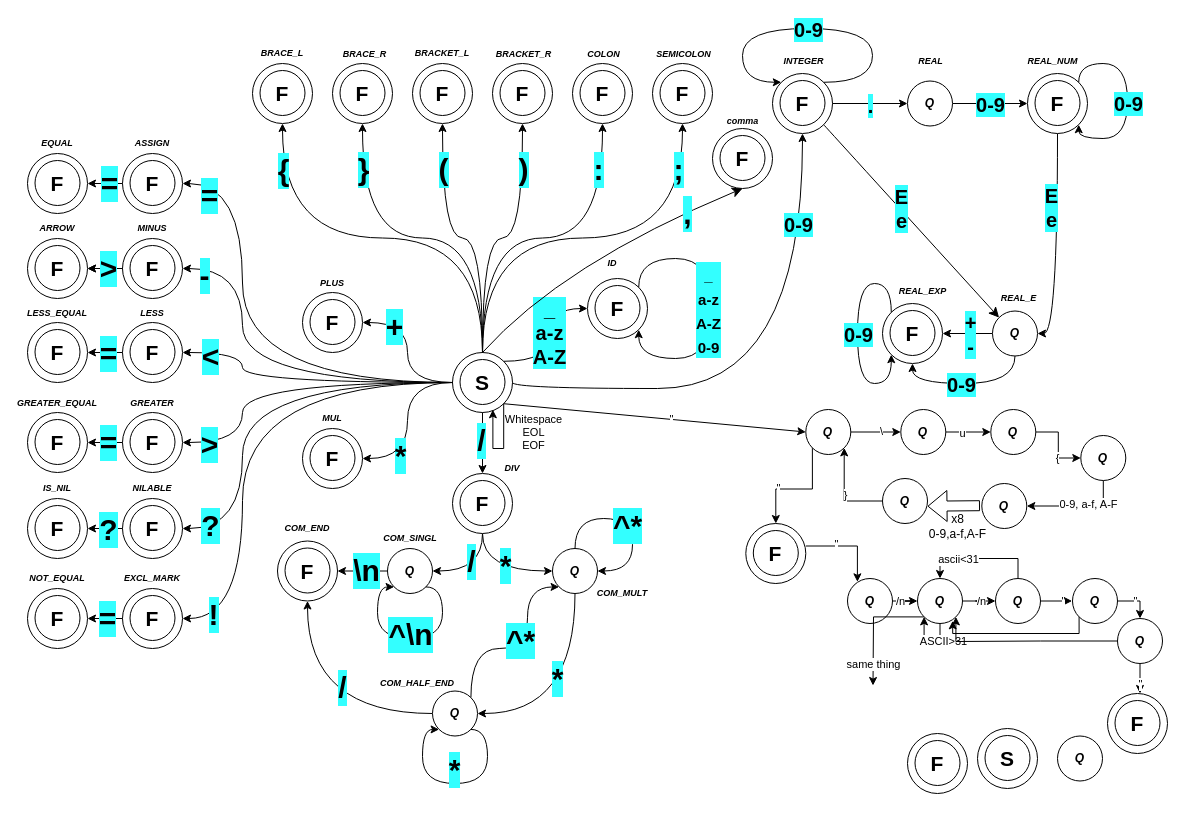
Earlier version of the draw.io diagram lexer.drawio (xshche05/IFJ-2023-project-compiler). Source tidied: cells renumbered, new cells numbered last; positions are measured from the earlier drawing's top-left corner, leaving out a move shared by most shapes. Both pictures are drawn from the tidied source at 100%, with x=0, y=0 at pixel (27, 28).
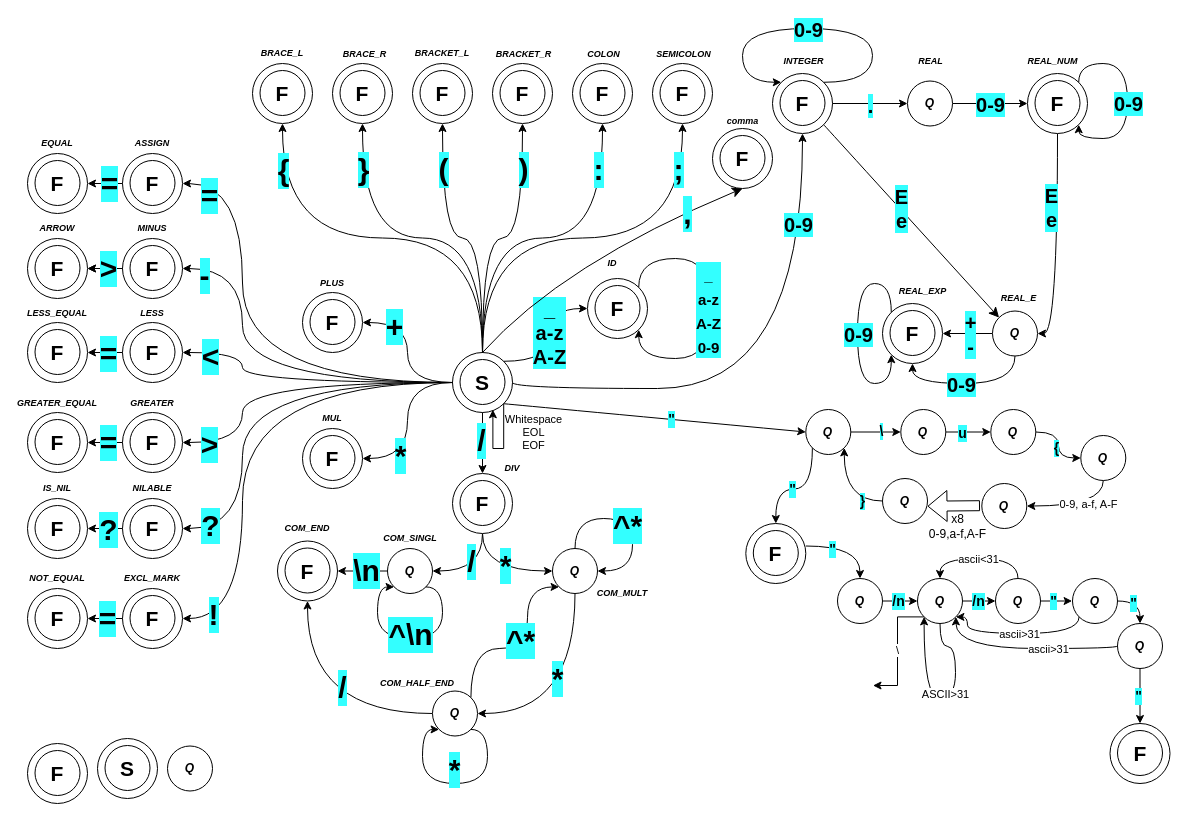
The same diagram, later.

Unchanged cells that the change refers to:
```xml
<mxCell id="3" style="ellipse;whiteSpace=wrap;html=1;" parent="2" vertex="1">
  <mxGeometry width="60" height="60" as="geometry" />
</mxCell>
<mxCell id="249" style="edgeStyle=orthogonalEdgeStyle;rounded=0;jettySize=auto;html=1;exitX=1;exitY=0.5;exitDx=0;exitDy=0;entryX=0;entryY=0.5;entryDx=0;entryDy=0;" parent="1" edge="1" source="253" target="256">
  <mxGeometry relative="1" as="geometry" />
</mxCell>
<mxCell id="253" value="&lt;b&gt;&lt;i&gt;Q&lt;/i&gt;&lt;/b&gt;" style="ellipse;whiteSpace=wrap;html=1;" parent="1" vertex="1">
  <mxGeometry x="778.3" y="381" width="45" height="45" as="geometry" />
</mxCell>
<mxCell id="254" style="edgeStyle=orthogonalEdgeStyle;rounded=0;jettySize=auto;html=1;exitX=1;exitY=0.5;exitDx=0;exitDy=0;entryX=0;entryY=0.5;entryDx=0;entryDy=0;" parent="1" edge="1" source="256" target="259">
  <mxGeometry relative="1" as="geometry" />
</mxCell>
<mxCell id="259" value="&lt;b&gt;&lt;i&gt;Q&lt;/i&gt;&lt;/b&gt;" style="ellipse;whiteSpace=wrap;html=1;" parent="1" vertex="1">
  <mxGeometry x="963.3" y="381" width="45" height="45" as="geometry" />
</mxCell>
<mxCell id="262" value="&lt;b&gt;&lt;i&gt;Q&lt;/i&gt;&lt;/b&gt;" style="ellipse;whiteSpace=wrap;html=1;" parent="1" vertex="1">
  <mxGeometry x="1053.3" y="407" width="45" height="45" as="geometry" />
</mxCell>
<mxCell id="263" value="&lt;b&gt;&lt;i&gt;Q&lt;/i&gt;&lt;/b&gt;" style="ellipse;whiteSpace=wrap;html=1;" parent="1" vertex="1">
  <mxGeometry x="954.3" y="455" width="45" height="45" as="geometry" />
</mxCell>
<mxCell id="264" style="group;" parent="1" vertex="1">
  <mxGeometry x="718.3" y="495" width="60" height="60" as="geometry" />
</mxCell>
<mxCell id="267" value="&lt;span style=&quot;font-size: 21px;&quot;&gt;&lt;b&gt;F&lt;/b&gt;&lt;/span&gt;" style="text;html=1;strokeColor=none;fillColor=none;align=center;verticalAlign=middle;whiteSpace=wrap;rounded=0;" parent="264" vertex="1">
  <mxGeometry y="15" width="60" height="30" as="geometry" />
</mxCell>
<mxCell id="268" style="edgeStyle=orthogonalEdgeStyle;rounded=0;jettySize=auto;html=1;exitX=1;exitY=0.5;exitDx=0;exitDy=0;" parent="1" edge="1" source="270" target="275">
  <mxGeometry relative="1" as="geometry" />
</mxCell>
<mxCell id="271" style="edgeStyle=orthogonalEdgeStyle;rounded=0;jettySize=auto;html=1;exitX=1;exitY=0.5;exitDx=0;exitDy=0;" parent="1" edge="1" source="275" target="291">
  <mxGeometry relative="1" as="geometry" />
</mxCell>
<mxCell id="275" value="&lt;b&gt;&lt;i&gt;Q&lt;/i&gt;&lt;/b&gt;" style="ellipse;whiteSpace=wrap;html=1;" parent="1" vertex="1">
  <mxGeometry x="890" y="550" width="45" height="45" as="geometry" />
</mxCell>
<mxCell id="282" value="&lt;b&gt;&lt;i&gt;Q&lt;/i&gt;&lt;/b&gt;" style="ellipse;whiteSpace=wrap;html=1;" parent="1" vertex="1">
  <mxGeometry x="855" y="450" width="45" height="45" as="geometry" />
</mxCell>
<mxCell id="289" style="edgeStyle=orthogonalEdgeStyle;rounded=0;jettySize=auto;html=1;exitX=1;exitY=0.5;exitDx=0;exitDy=0;entryX=-0.009;entryY=0.52;entryDx=0;entryDy=0;entryPerimeter=0;" parent="1" edge="1" source="291" target="295">
  <mxGeometry relative="1" as="geometry" />
</mxCell>
<mxCell id="291" value="&lt;b&gt;&lt;i&gt;Q&lt;/i&gt;&lt;/b&gt;" style="ellipse;whiteSpace=wrap;html=1;" parent="1" vertex="1">
  <mxGeometry x="968" y="550" width="45" height="45" as="geometry" />
</mxCell>
<mxCell id="295" value="&lt;b&gt;&lt;i&gt;Q&lt;/i&gt;&lt;/b&gt;" style="ellipse;whiteSpace=wrap;html=1;" parent="1" vertex="1">
  <mxGeometry x="1045" y="550" width="45" height="45" as="geometry" />
</mxCell>
<mxCell id="301" style="ellipse;whiteSpace=wrap;html=1;" parent="300" vertex="1">
  <mxGeometry width="60" height="60" as="geometry" />
</mxCell>
```

Change to the diagram source:
```diff
@@
     <mxCell id="15" style="group;" parent="1" vertex="1">
-      <mxGeometry x="950" y="700" width="60" height="60" as="geometry" />
+      <mxGeometry x="70" y="710" width="60" height="60" as="geometry" />
     </mxCell>
@@
     <mxCell id="216" value="&lt;b&gt;&lt;i&gt;Q&lt;/i&gt;&lt;/b&gt;" style="ellipse;whiteSpace=wrap;html=1;" parent="1" vertex="1">
-      <mxGeometry x="1030" y="707.5" width="45" height="45" as="geometry" />
+      <mxGeometry x="140" y="717.5" width="45" height="45" as="geometry" />
     </mxCell>
@@
     <mxCell id="242" style="group;" parent="1" vertex="1">
-      <mxGeometry x="880" y="705" width="60" height="60" as="geometry" />
+      <mxGeometry y="715" width="60" height="60" as="geometry" />
     </mxCell>
@@
-    <mxCell id="250" value="\" style="edgeLabel;html=1;align=center;verticalAlign=middle;" parent="249" vertex="1">
+    <mxCell id="250" value="\" style="edgeLabel;html=1;align=center;verticalAlign=middle;fontStyle=1;labelBackgroundColor=#33FFFF;fontSize=14;" parent="249" vertex="1">
       <mxGeometry x="0.21" y="1" relative="1" as="geometry" />
     </mxCell>
-    <mxCell id="251" style="edgeStyle=orthogonalEdgeStyle;rounded=0;jettySize=auto;html=1;exitX=0;exitY=1;exitDx=0;exitDy=0;entryX=0.5;entryY=0;entryDx=0;entryDy=0;" parent="1" edge="1" source="253" target="264">
+    <mxCell id="251" style="edgeStyle=orthogonalEdgeStyle;jettySize=auto;html=1;exitX=0;exitY=1;exitDx=0;exitDy=0;entryX=0.5;entryY=0;entryDx=0;entryDy=0;curved=1;" parent="1" edge="1" source="253" target="264">
       <mxGeometry relative="1" as="geometry" />
     </mxCell>
-    <mxCell id="252" value="&quot;" style="edgeLabel;html=1;align=center;verticalAlign=middle;" parent="251" vertex="1">
-      <mxGeometry x="0.34" y="-1" relative="1" as="geometry" />
+    <mxCell id="252" value="&quot;" style="edgeLabel;html=1;align=center;verticalAlign=middle;fontStyle=1;labelBackgroundColor=#33FFFF;fontSize=14;" parent="251" vertex="1">
+      <mxGeometry x="0.34" y="-1" relative="1" as="geometry">
+        <mxPoint x="14" y="1" as="offset" />
+      </mxGeometry>
     </mxCell>
@@
-    <mxCell id="255" value="u" style="edgeLabel;html=1;align=center;verticalAlign=middle;" parent="254" vertex="1">
+    <mxCell id="255" value="u" style="edgeLabel;html=1;align=center;verticalAlign=middle;fontStyle=1;labelBackgroundColor=#33FFFF;fontSize=14;" parent="254" vertex="1">
       <mxGeometry x="-0.28" y="-1" relative="1" as="geometry" />
     </mxCell>
@@
-    <mxCell id="257" style="edgeStyle=orthogonalEdgeStyle;rounded=0;jettySize=auto;html=1;exitX=1;exitY=0.5;exitDx=0;exitDy=0;" parent="1" edge="1" source="259" target="262">
+    <mxCell id="257" style="edgeStyle=orthogonalEdgeStyle;jettySize=auto;html=1;exitX=1;exitY=0.5;exitDx=0;exitDy=0;curved=1;" parent="1" edge="1" source="259" target="262">
       <mxGeometry relative="1" as="geometry" />
     </mxCell>
-    <mxCell id="258" value="{" style="edgeLabel;html=1;align=center;verticalAlign=middle;" parent="257" vertex="1">
-      <mxGeometry x="0.36" y="-1" relative="1" as="geometry" />
+    <mxCell id="258" value="{" style="edgeLabel;html=1;align=center;verticalAlign=middle;fontStyle=1;labelBackgroundColor=#33FFFF;fontSize=14;" parent="257" vertex="1">
+      <mxGeometry x="0.36" y="-1" relative="1" as="geometry">
+        <mxPoint x="-1" y="-10" as="offset" />
+      </mxGeometry>
     </mxCell>
@@
-    <mxCell id="260" style="edgeStyle=orthogonalEdgeStyle;rounded=0;jettySize=auto;html=1;exitX=0.5;exitY=1;exitDx=0;exitDy=0;entryX=1;entryY=0.5;entryDx=0;entryDy=0;" parent="1" edge="1" source="262" target="263">
+    <mxCell id="260" style="edgeStyle=orthogonalEdgeStyle;jettySize=auto;html=1;exitX=0.5;exitY=1;exitDx=0;exitDy=0;entryX=1;entryY=0.5;entryDx=0;entryDy=0;curved=1;" parent="1" edge="1" source="262" target="263">
       <mxGeometry relative="1" as="geometry" />
     </mxCell>
@@
-    <mxCell id="269" value="/n" style="edgeLabel;html=1;align=center;verticalAlign=middle;" parent="268" vertex="1">
-      <mxGeometry x="0.2" relative="1" as="geometry" />
+    <mxCell id="269" value="/n" style="edgeLabel;html=1;align=center;verticalAlign=middle;fontStyle=1;labelBackgroundColor=#33FFFF;fontSize=14;" parent="268" vertex="1">
+      <mxGeometry x="0.2" relative="1" as="geometry">
+        <mxPoint x="-2" as="offset" />
+      </mxGeometry>
     </mxCell>
     <mxCell id="270" value="&lt;b&gt;&lt;i&gt;Q&lt;/i&gt;&lt;/b&gt;" style="ellipse;whiteSpace=wrap;html=1;" parent="1" vertex="1">
-      <mxGeometry x="820" y="550" width="45" height="45" as="geometry" />
+      <mxGeometry x="810" y="550" width="45" height="45" as="geometry" />
     </mxCell>
@@
-    <mxCell id="272" value="/n" style="edgeLabel;html=1;align=center;verticalAlign=middle;" parent="271" vertex="1">
-      <mxGeometry x="-0.25" relative="1" as="geometry" />
+    <mxCell id="272" value="/n" style="edgeLabel;html=1;align=center;verticalAlign=middle;fontStyle=1;labelBackgroundColor=#33FFFF;fontSize=14;" parent="271" vertex="1">
+      <mxGeometry x="-0.25" relative="1" as="geometry">
+        <mxPoint x="-3" as="offset" />
+      </mxGeometry>
     </mxCell>
-    <mxCell id="273" style="edgeStyle=orthogonalEdgeStyle;rounded=0;jettySize=auto;html=1;exitX=0;exitY=1;exitDx=0;exitDy=0;" parent="1" edge="1" source="275">
+    <mxCell id="273" value="\" style="edgeStyle=orthogonalEdgeStyle;rounded=0;jettySize=auto;html=1;exitX=0;exitY=1;exitDx=0;exitDy=0;" parent="1" edge="1" source="275">
       <mxGeometry relative="1" as="geometry">
         <mxPoint x="845.5" y="657" as="targetPoint" />
+        <Array as="points">
+          <mxPoint x="870" y="588" />
+          <mxPoint x="870" y="657" />
+        </Array>
       </mxGeometry>
     </mxCell>
-    <mxCell id="274" value="same thing" style="edgeLabel;html=1;align=center;verticalAlign=middle;" parent="273" vertex="1">
-      <mxGeometry x="0.65" relative="1" as="geometry" />
-    </mxCell>
@@
-    <mxCell id="276" style="endArrow=classic;html=1;rounded=0;exitX=1;exitY=1;exitDx=0;exitDy=0;entryX=0;entryY=0.5;entryDx=0;entryDy=0;" parent="1" edge="1" source="3" target="253">
+    <mxCell id="276" style="endArrow=classic;html=1;exitX=1;exitY=1;exitDx=0;exitDy=0;entryX=0;entryY=0.5;entryDx=0;entryDy=0;curved=1;" parent="1" edge="1" source="3" target="253">
       <mxGeometry relative="1" as="geometry" />
     </mxCell>
-    <mxCell id="277" value="&quot;" style="edgeLabel;html=1;align=center;verticalAlign=middle;" parent="276" vertex="1">
+    <mxCell id="277" value="&quot;" style="edgeLabel;html=1;align=center;verticalAlign=middle;fontStyle=1;labelBackgroundColor=#33FFFF;fontSize=14;" parent="276" vertex="1">
       <mxGeometry x="0.11" relative="1" as="geometry" />
     </mxCell>
@@
-    <mxCell id="280" style="edgeStyle=orthogonalEdgeStyle;rounded=0;jettySize=auto;html=1;exitX=0;exitY=0.5;exitDx=0;exitDy=0;entryX=1;entryY=1;entryDx=0;entryDy=0;" parent="1" edge="1" source="282" target="253">
+    <mxCell id="280" style="edgeStyle=orthogonalEdgeStyle;jettySize=auto;html=1;exitX=0;exitY=0.5;exitDx=0;exitDy=0;entryX=1;entryY=1;entryDx=0;entryDy=0;curved=1;" parent="1" edge="1" source="282" target="253">
       <mxGeometry relative="1" as="geometry" />
     </mxCell>
-    <mxCell id="281" value="}" style="edgeLabel;html=1;align=center;verticalAlign=middle;" parent="280" vertex="1">
-      <mxGeometry x="-0.03" y="-1" relative="1" as="geometry" />
+    <mxCell id="281" value="}" style="edgeLabel;html=1;align=center;verticalAlign=middle;fontStyle=1;labelBackgroundColor=#33FFFF;fontSize=14;" parent="280" vertex="1">
+      <mxGeometry x="-0.03" y="-1" relative="1" as="geometry">
+        <mxPoint x="17" y="6" as="offset" />
+      </mxGeometry>
     </mxCell>
@@
-    <mxCell id="283" style="edgeStyle=orthogonalEdgeStyle;rounded=0;jettySize=auto;html=1;exitX=1;exitY=0.25;exitDx=0;exitDy=0;entryX=0.22;entryY=0.074;entryDx=0;entryDy=0;entryPerimeter=0;" parent="1" edge="1" source="267" target="270">
+    <mxCell id="283" style="edgeStyle=orthogonalEdgeStyle;jettySize=auto;html=1;exitX=1;exitY=0.25;exitDx=0;exitDy=0;entryX=0.5;entryY=0;entryDx=0;entryDy=0;curved=1;" parent="1" edge="1" source="267" target="270">
       <mxGeometry relative="1" as="geometry" />
     </mxCell>
-    <mxCell id="284" value="&quot;" style="edgeLabel;html=1;align=center;verticalAlign=middle;" parent="283" vertex="1">
-      <mxGeometry x="-0.31" y="2" relative="1" as="geometry" />
+    <mxCell id="284" value="&quot;" style="edgeLabel;html=1;align=center;verticalAlign=middle;fontStyle=1;labelBackgroundColor=#33FFFF;fontSize=14;" parent="283" vertex="1">
+      <mxGeometry x="-0.31" y="2" relative="1" as="geometry">
+        <mxPoint x="-4" y="5" as="offset" />
+      </mxGeometry>
     </mxCell>
-    <mxCell id="285" style="edgeStyle=orthogonalEdgeStyle;rounded=0;orthogonalLoop=1;jettySize=auto;html=1;exitX=0.5;exitY=1;exitDx=0;exitDy=0;entryX=0;entryY=1;entryDx=0;entryDy=0;" parent="1" edge="1" source="275" target="275">
+    <mxCell id="285" style="edgeStyle=orthogonalEdgeStyle;orthogonalLoop=1;jettySize=auto;html=1;exitX=0.5;exitY=1;exitDx=0;exitDy=0;entryX=0;entryY=1;entryDx=0;entryDy=0;curved=1;" parent="1" edge="1" source="275" target="275">
       <mxGeometry relative="1" as="geometry">
         <Array as="points">
-          <mxPoint x="912" y="618" />
-          <mxPoint x="915" y="618" />
-          <mxPoint x="915" y="610" />
-          <mxPoint x="897" y="610" />
+          <mxPoint x="913" y="618" />
+          <mxPoint x="928" y="618" />
+          <mxPoint x="928" y="670" />
+          <mxPoint x="897" y="670" />
         </Array>
       </mxGeometry>
     </mxCell>
     <mxCell id="286" value="ASCII&amp;gt;31" style="edgeLabel;html=1;align=center;verticalAlign=middle;" parent="285" vertex="1">
-      <mxGeometry x="-0.15" relative="1" as="geometry" />
+      <mxGeometry x="-0.15" relative="1" as="geometry">
+        <mxPoint x="-11" as="offset" />
+      </mxGeometry>
     </mxCell>
-    <mxCell id="287" style="edgeStyle=orthogonalEdgeStyle;rounded=0;jettySize=auto;html=1;exitX=0.5;exitY=0;exitDx=0;exitDy=0;entryX=0.5;entryY=0;entryDx=0;entryDy=0;" parent="1" edge="1" source="291" target="275">
+    <mxCell id="287" style="edgeStyle=orthogonalEdgeStyle;jettySize=auto;html=1;exitX=0.5;exitY=0;exitDx=0;exitDy=0;entryX=0.5;entryY=0;entryDx=0;entryDy=0;curved=1;" parent="1" edge="1" source="291" target="275">
       <mxGeometry relative="1" as="geometry" />
     </mxCell>
     <mxCell id="288" value="ascii&amp;lt;31" style="edgeLabel;html=1;align=center;verticalAlign=middle;" parent="287" vertex="1">
-      <mxGeometry x="0.36" relative="1" as="geometry" />
+      <mxGeometry x="0.36" relative="1" as="geometry">
+        <mxPoint x="20" as="offset" />
+      </mxGeometry>
     </mxCell>
@@
-    <mxCell id="290" value="&quot;" style="edgeLabel;html=1;align=center;verticalAlign=middle;" parent="289" vertex="1">
-      <mxGeometry x="0.37" relative="1" as="geometry" />
+    <mxCell id="290" value="&quot;" style="edgeLabel;html=1;align=center;verticalAlign=middle;fontStyle=1;labelBackgroundColor=#33FFFF;fontSize=14;" parent="289" vertex="1">
+      <mxGeometry x="0.37" relative="1" as="geometry">
+        <mxPoint x="-10" as="offset" />
+      </mxGeometry>
     </mxCell>
@@
-    <mxCell id="292" style="edgeStyle=orthogonalEdgeStyle;rounded=0;jettySize=auto;html=1;exitX=1;exitY=0.5;exitDx=0;exitDy=0;entryX=0.5;entryY=0;entryDx=0;entryDy=0;" parent="1" edge="1" source="295" target="299">
+    <mxCell id="292" style="edgeStyle=orthogonalEdgeStyle;jettySize=auto;html=1;exitX=1;exitY=0.5;exitDx=0;exitDy=0;entryX=0.5;entryY=0;entryDx=0;entryDy=0;curved=1;" parent="1" edge="1" source="295" target="299">
       <mxGeometry relative="1" as="geometry" />
     </mxCell>
-    <mxCell id="293" value="&quot;" style="edgeLabel;html=1;align=center;verticalAlign=middle;" parent="292" vertex="1">
-      <mxGeometry x="-0.14" relative="1" as="geometry" />
+    <mxCell id="293" value="&quot;" style="edgeLabel;html=1;align=center;verticalAlign=middle;fontStyle=1;labelBackgroundColor=#33FFFF;fontSize=14;" parent="292" vertex="1">
+      <mxGeometry x="-0.14" relative="1" as="geometry">
+        <mxPoint x="-4" y="2" as="offset" />
+      </mxGeometry>
     </mxCell>
-    <mxCell id="294" style="edgeStyle=orthogonalEdgeStyle;rounded=0;jettySize=auto;html=1;exitX=0;exitY=1;exitDx=0;exitDy=0;entryX=0.782;entryY=0.94;entryDx=0;entryDy=0;entryPerimeter=0;" parent="1" edge="1" source="295" target="275">
+    <mxCell id="294" style="edgeStyle=orthogonalEdgeStyle;jettySize=auto;html=1;exitX=0;exitY=1;exitDx=0;exitDy=0;entryX=1;entryY=1;entryDx=0;entryDy=0;curved=1;" parent="1" edge="1" source="295" target="275">
       <mxGeometry relative="1" as="geometry">
         <Array as="points">
           <mxPoint x="1052" y="605" />
-          <mxPoint x="925" y="605" />
+          <mxPoint x="940" y="605" />
+          <mxPoint x="940" y="588" />
         </Array>
       </mxGeometry>
     </mxCell>
+    <mxCell id="304" value="ascii&amp;gt;31" style="edgeLabel;html=1;align=center;verticalAlign=middle;" parent="294" vertex="1">
+      <mxGeometry relative="1" as="geometry">
+        <mxPoint x="1" as="offset" />
+      </mxGeometry>
+    </mxCell>
@@
-    <mxCell id="296" style="edgeStyle=orthogonalEdgeStyle;rounded=0;jettySize=auto;html=1;exitX=0.5;exitY=1;exitDx=0;exitDy=0;entryX=0.5;entryY=0;entryDx=0;entryDy=0;" parent="1" edge="1" source="299">
-      <mxGeometry relative="1" as="geometry">
-        <mxPoint x="1112.5" y="665" as="targetPoint" />
-      </mxGeometry>
+    <mxCell id="296" style="edgeStyle=orthogonalEdgeStyle;rounded=0;jettySize=auto;html=1;exitX=0.5;exitY=1;exitDx=0;exitDy=0;entryX=0.5;entryY=0;entryDx=0;entryDy=0;" parent="1" edge="1" source="299" target="301">
+      <mxGeometry relative="1" as="geometry" />
     </mxCell>
-    <mxCell id="297" value="&quot;" style="edgeLabel;html=1;align=center;verticalAlign=middle;" parent="296" vertex="1">
-      <mxGeometry x="0.35" relative="1" as="geometry" />
+    <mxCell id="297" value="&quot;" style="edgeLabel;html=1;align=center;verticalAlign=middle;fontStyle=1;labelBackgroundColor=#33FFFF;fontSize=14;" parent="296" vertex="1">
+      <mxGeometry x="0.35" relative="1" as="geometry">
+        <mxPoint x="-2" y="-10" as="offset" />
+      </mxGeometry>
     </mxCell>
-    <mxCell id="298" style="edgeStyle=orthogonalEdgeStyle;rounded=0;jettySize=auto;html=1;exitX=0;exitY=0.5;exitDx=0;exitDy=0;entryX=1;entryY=1;entryDx=0;entryDy=0;" parent="1" edge="1" source="299" target="275">
+    <mxCell id="298" style="edgeStyle=orthogonalEdgeStyle;jettySize=auto;html=1;exitX=0;exitY=0.5;exitDx=0;exitDy=0;entryX=1;entryY=1;entryDx=0;entryDy=0;curved=1;" parent="1" edge="1" source="299" target="275">
       <mxGeometry relative="1" as="geometry">
         <Array as="points">
-          <mxPoint x="1013" y="613" />
-          <mxPoint x="928" y="613" />
+          <mxPoint x="1090" y="620" />
+          <mxPoint x="928" y="620" />
         </Array>
       </mxGeometry>
     </mxCell>
+    <mxCell id="305" value="ascii&amp;gt;31" style="edgeLabel;html=1;align=center;verticalAlign=middle;" parent="298" vertex="1">
+      <mxGeometry x="-0.32" relative="1" as="geometry">
+        <mxPoint x="-5" as="offset" />
+      </mxGeometry>
+    </mxCell>
     <mxCell id="299" value="&lt;b&gt;&lt;i&gt;Q&lt;/i&gt;&lt;/b&gt;" style="ellipse;whiteSpace=wrap;html=1;" parent="1" vertex="1">
-      <mxGeometry x="1090" y="590" width="45" height="45" as="geometry" />
+      <mxGeometry x="1090" y="595" width="45" height="45" as="geometry" />
     </mxCell>
     <mxCell id="300" style="group;" parent="1" vertex="1">
-      <mxGeometry x="1080" y="665" width="60" height="60" as="geometry" />
+      <mxGeometry x="1082.5" y="695" width="60" height="60" as="geometry" />
     </mxCell>
```
